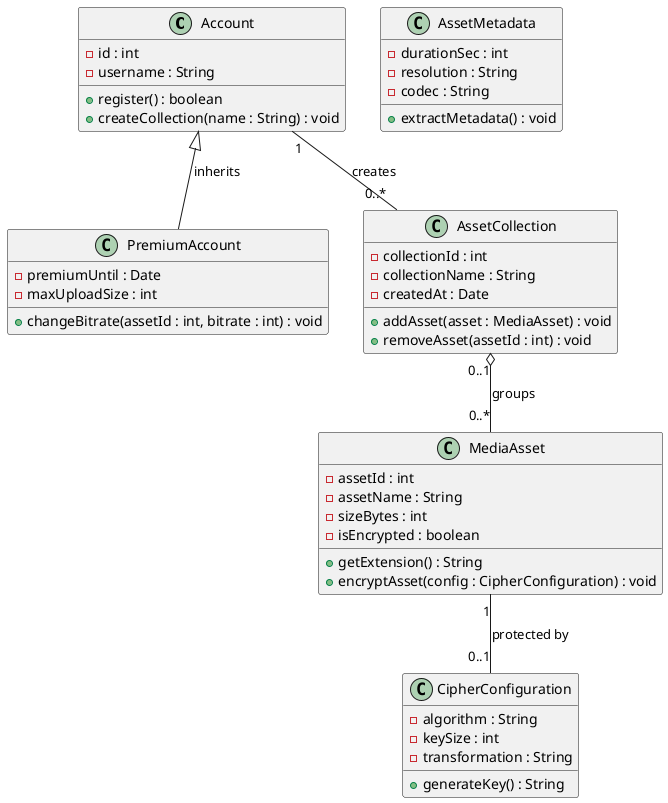
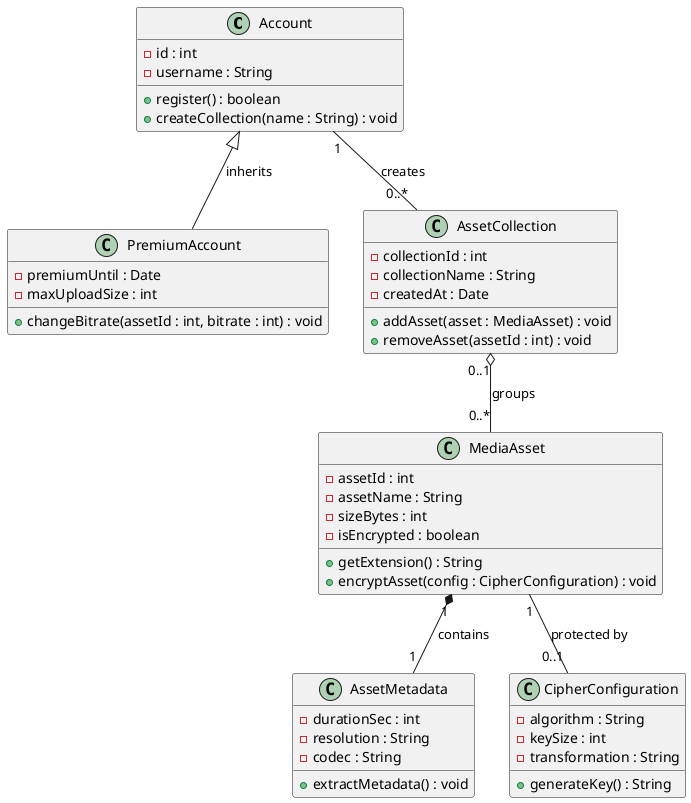
@startuml

class Account {
  - id : int
  - username : String
  + register() : boolean
  + createCollection(name : String) : void
}

class PremiumAccount {
  - premiumUntil : Date
  - maxUploadSize : int
  + changeBitrate(assetId : int, bitrate : int) : void
}

class AssetCollection {
  - collectionId : int
  - collectionName : String
  - createdAt : Date
  + addAsset(asset : MediaAsset) : void
  + removeAsset(assetId : int) : void
}

class MediaAsset {
  - assetId : int
  - assetName : String
  - sizeBytes : int
  - isEncrypted : boolean
  + getExtension() : String
  + encryptAsset(config : CipherConfiguration) : void
}

class AssetMetadata {
  - durationSec : int
  - resolution : String
  - codec : String
  + extractMetadata() : void
}

class CipherConfiguration {
  - algorithm : String
  - keySize : int
  - transformation : String
  + generateKey() : String
}

Account <|-- PremiumAccount : inherits
Account "1" -- "0..*" AssetCollection : creates
AssetCollection "0..1" o-- "0..*" MediaAsset : groups
+ MediaAsset "1" *-- "1" AssetMetadata : contains
MediaAsset "1" -- "0..1" CipherConfiguration : protected by
@enduml